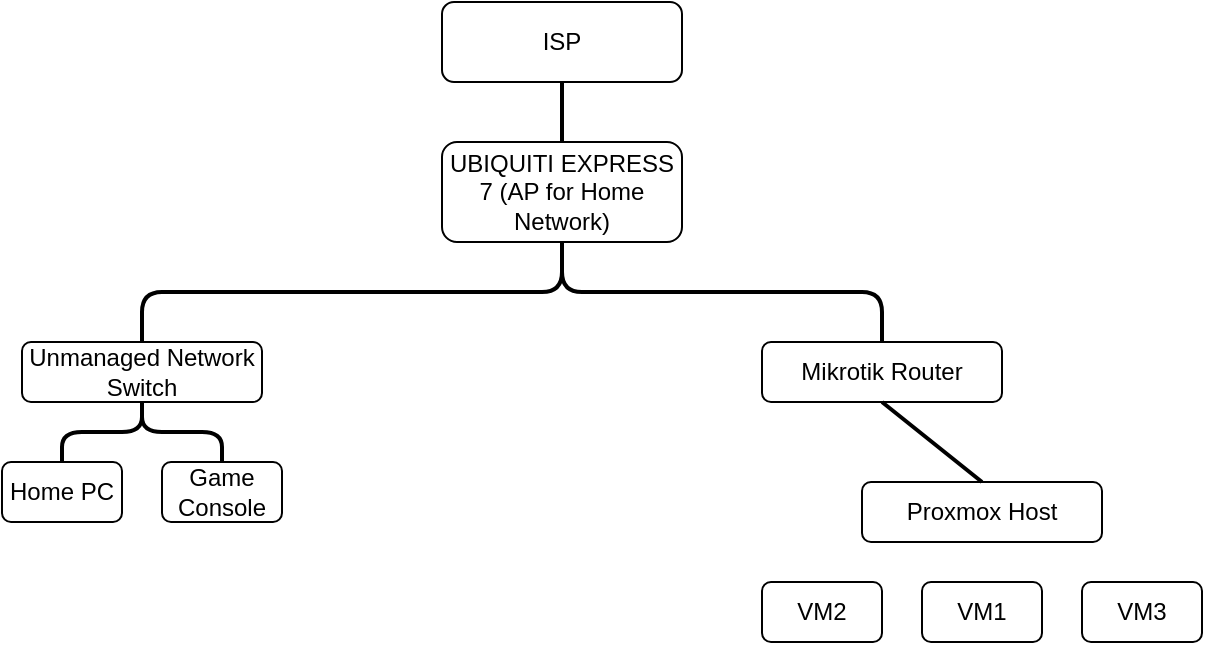
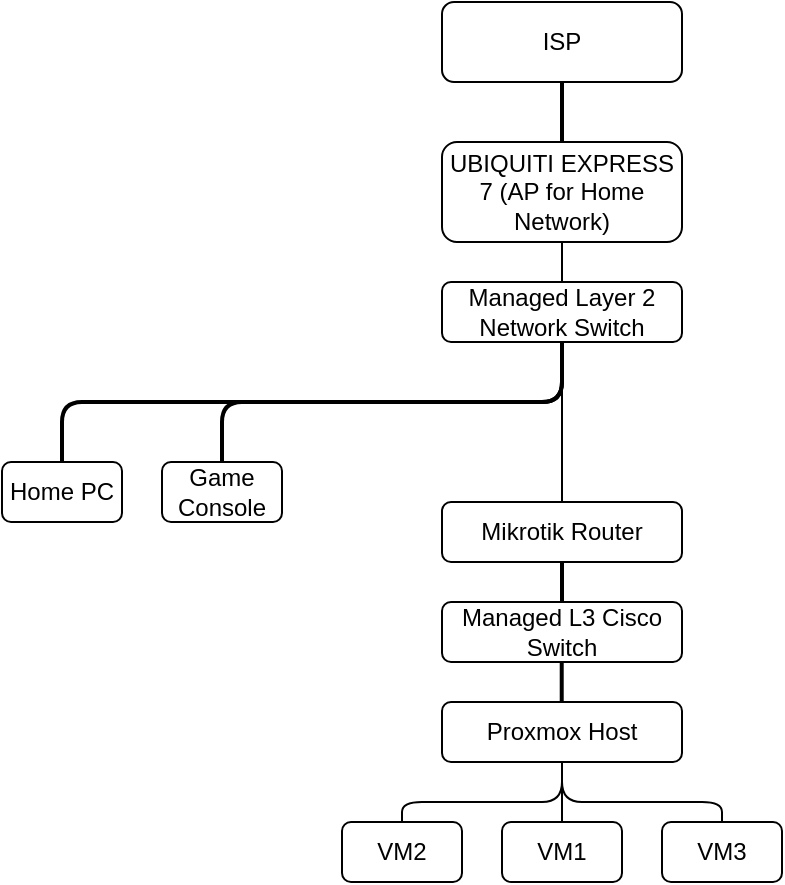
<mxfile host="Electron">
  <diagram name="Page-1" id="atDq6Gn8EgpOIrCHFkfa">
    <mxGraphModel dx="808" dy="481" grid="1" gridSize="10" guides="1" tooltips="1" connect="1" arrows="1" fold="1" page="1" pageScale="1" pageWidth="850" pageHeight="1100" background="light-dark(#FFFFFF,transparent)" math="0" shadow="0">
      <root>
        <mxCell id="0" />
        <mxCell id="1" parent="0" />
        <mxCell id="hQF2juVCHY57e9Q5P0-U-1" parent="1" style="rounded=1;whiteSpace=wrap;html=1;labelBackgroundColor=none;" value="ISP" vertex="1">
          <mxGeometry height="40" width="120" x="340" y="190" as="geometry" />
        </mxCell>
+         <mxCell id="hQF2juVCHY57e9Q5P0-U-37" edge="1" parent="1" source="hQF2juVCHY57e9Q5P0-U-2" style="edgeStyle=orthogonalEdgeStyle;shape=connector;rounded=1;orthogonalLoop=1;jettySize=auto;html=1;entryX=0.5;entryY=0;entryDx=0;entryDy=0;strokeColor=default;align=center;verticalAlign=middle;fontFamily=Helvetica;fontSize=11;fontColor=default;labelBackgroundColor=default;endArrow=none;endFill=0;" target="hQF2juVCHY57e9Q5P0-U-6">
+           <mxGeometry relative="1" as="geometry" />
+         </mxCell>
        <mxCell id="hQF2juVCHY57e9Q5P0-U-2" parent="1" style="rounded=1;whiteSpace=wrap;html=1;labelBackgroundColor=none;" value="UBIQUITI EXPRESS 7 (AP for Home Network)" vertex="1">
          <mxGeometry height="50" width="120" x="340" y="260" as="geometry" />
        </mxCell>
        <mxCell id="hQF2juVCHY57e9Q5P0-U-3" parent="1" style="rounded=1;whiteSpace=wrap;html=1;labelBackgroundColor=none;" value="Mikrotik Router" vertex="1">
-           <mxGeometry height="30" width="120" x="500" y="360" as="geometry" />
+           <mxGeometry height="30" width="120" x="340" y="440" as="geometry" />
        </mxCell>
        <mxCell id="hQF2juVCHY57e9Q5P0-U-4" edge="1" parent="1" source="hQF2juVCHY57e9Q5P0-U-2" style="endArrow=none;html=1;rounded=1;entryX=0.5;entryY=1;entryDx=0;entryDy=0;exitX=0.5;exitY=0;exitDx=0;exitDy=0;strokeWidth=2;labelBackgroundColor=none;fontColor=default;" target="hQF2juVCHY57e9Q5P0-U-1" value="">
          <mxGeometry height="50" relative="1" width="50" as="geometry">
            <mxPoint x="690" y="460" as="sourcePoint" />
            <mxPoint x="740" y="410" as="targetPoint" />
          </mxGeometry>
        </mxCell>
-         <mxCell id="hQF2juVCHY57e9Q5P0-U-6" parent="1" style="rounded=1;whiteSpace=wrap;html=1;labelBackgroundColor=none;" value="Unmanaged Network Switch" vertex="1">
-           <mxGeometry height="30" width="120" x="130" y="360" as="geometry" />
+         <mxCell id="hQF2juVCHY57e9Q5P0-U-38" edge="1" parent="1" source="hQF2juVCHY57e9Q5P0-U-6" style="edgeStyle=orthogonalEdgeStyle;shape=connector;rounded=1;orthogonalLoop=1;jettySize=auto;html=1;entryX=0.5;entryY=0;entryDx=0;entryDy=0;strokeColor=default;align=center;verticalAlign=middle;fontFamily=Helvetica;fontSize=11;fontColor=default;labelBackgroundColor=default;endArrow=none;endFill=0;" target="hQF2juVCHY57e9Q5P0-U-3">
+           <mxGeometry relative="1" as="geometry" />
+         </mxCell>
+         <mxCell id="hQF2juVCHY57e9Q5P0-U-6" parent="1" style="rounded=1;whiteSpace=wrap;html=1;labelBackgroundColor=none;" value="Managed Layer 2 Network Switch" vertex="1">
+           <mxGeometry height="30" width="120" x="340" y="330" as="geometry" />
+         </mxCell>
+         <mxCell id="hQF2juVCHY57e9Q5P0-U-32" edge="1" parent="1" source="hQF2juVCHY57e9Q5P0-U-7" style="edgeStyle=orthogonalEdgeStyle;rounded=1;orthogonalLoop=1;jettySize=auto;html=1;entryX=0.5;entryY=0;entryDx=0;entryDy=0;endArrow=none;endFill=0;" target="hQF2juVCHY57e9Q5P0-U-21">
+           <mxGeometry relative="1" as="geometry" />
+         </mxCell>
+         <mxCell id="hQF2juVCHY57e9Q5P0-U-33" edge="1" parent="1" source="hQF2juVCHY57e9Q5P0-U-7" style="edgeStyle=orthogonalEdgeStyle;rounded=1;orthogonalLoop=1;jettySize=auto;html=1;entryX=0.5;entryY=0;entryDx=0;entryDy=0;endArrow=none;endFill=0;" target="hQF2juVCHY57e9Q5P0-U-22">
+           <mxGeometry relative="1" as="geometry" />
        </mxCell>
        <mxCell id="hQF2juVCHY57e9Q5P0-U-7" parent="1" style="rounded=1;whiteSpace=wrap;html=1;labelBackgroundColor=none;" value="Proxmox Host" vertex="1">
-           <mxGeometry height="30" width="120" x="550" y="430" as="geometry" />
+           <mxGeometry height="30" width="120" x="340" y="540" as="geometry" />
        </mxCell>
-         <mxCell id="hQF2juVCHY57e9Q5P0-U-8" edge="1" parent="1" source="hQF2juVCHY57e9Q5P0-U-7" style="endArrow=none;html=1;rounded=1;entryX=0.5;entryY=1;entryDx=0;entryDy=0;exitX=0.5;exitY=0;exitDx=0;exitDy=0;strokeWidth=2;labelBackgroundColor=none;fontColor=default;" target="hQF2juVCHY57e9Q5P0-U-3" value="">
+         <mxCell id="hQF2juVCHY57e9Q5P0-U-8" edge="1" parent="1" source="hQF2juVCHY57e9Q5P0-U-26" style="endArrow=none;html=1;rounded=1;entryX=0.5;entryY=1;entryDx=0;entryDy=0;strokeWidth=2;labelBackgroundColor=none;fontColor=default;exitX=0.5;exitY=0;exitDx=0;exitDy=0;" target="hQF2juVCHY57e9Q5P0-U-3" value="">
          <mxGeometry height="50" relative="1" width="50" as="geometry">
-             <mxPoint x="690" y="460" as="sourcePoint" />
-             <mxPoint x="740" y="410" as="targetPoint" />
-           </mxGeometry>
-         </mxCell>
-         <mxCell id="hQF2juVCHY57e9Q5P0-U-12" edge="1" parent="1" source="hQF2juVCHY57e9Q5P0-U-3" style="endArrow=none;html=1;rounded=1;entryX=0.5;entryY=1;entryDx=0;entryDy=0;exitX=0.5;exitY=0;exitDx=0;exitDy=0;strokeWidth=2;elbow=vertical;startArrow=none;startFill=0;labelBackgroundColor=none;fontColor=default;edgeStyle=orthogonalEdgeStyle;curved=0;" target="hQF2juVCHY57e9Q5P0-U-2" value="">
-           <mxGeometry height="50" relative="1" width="50" as="geometry">
-             <mxPoint x="690" y="460" as="sourcePoint" />
-             <mxPoint x="740" y="410" as="targetPoint" />
-           </mxGeometry>
-         </mxCell>
-         <mxCell id="hQF2juVCHY57e9Q5P0-U-13" edge="1" parent="1" source="hQF2juVCHY57e9Q5P0-U-6" style="endArrow=none;html=1;rounded=1;entryX=0.5;entryY=1;entryDx=0;entryDy=0;exitX=0.5;exitY=0;exitDx=0;exitDy=0;edgeStyle=orthogonalEdgeStyle;curved=0;strokeWidth=2;labelBackgroundColor=none;fontColor=default;" target="hQF2juVCHY57e9Q5P0-U-2" value="">
-           <mxGeometry height="50" relative="1" width="50" as="geometry">
-             <mxPoint x="690" y="460" as="sourcePoint" />
-             <mxPoint x="740" y="410" as="targetPoint" />
+             <mxPoint x="400" y="500" as="sourcePoint" />
+             <mxPoint x="580" y="490" as="targetPoint" />
          </mxGeometry>
        </mxCell>
        <mxCell id="hQF2juVCHY57e9Q5P0-U-14" parent="1" style="rounded=1;whiteSpace=wrap;html=1;labelBackgroundColor=none;" value="Home PC" vertex="1">
          <mxGeometry height="30" width="60" x="120" y="420" as="geometry" />
        </mxCell>
        <mxCell id="hQF2juVCHY57e9Q5P0-U-16" edge="1" parent="1" source="hQF2juVCHY57e9Q5P0-U-14" style="endArrow=none;html=1;rounded=1;entryX=0.5;entryY=1;entryDx=0;entryDy=0;edgeStyle=orthogonalEdgeStyle;curved=0;strokeWidth=2;labelBackgroundColor=none;fontColor=default;exitX=0.5;exitY=0;exitDx=0;exitDy=0;" target="hQF2juVCHY57e9Q5P0-U-6" value="">
          <mxGeometry height="50" relative="1" width="50" as="geometry">
            <mxPoint x="190" y="420" as="sourcePoint" />
            <mxPoint x="530" y="480" as="targetPoint" />
          </mxGeometry>
        </mxCell>
        <mxCell id="hQF2juVCHY57e9Q5P0-U-17" parent="1" style="rounded=1;whiteSpace=wrap;html=1;labelBackgroundColor=none;" value="Game Console" vertex="1">
          <mxGeometry height="30" width="60" x="200" y="420" as="geometry" />
        </mxCell>
        <mxCell id="hQF2juVCHY57e9Q5P0-U-19" edge="1" parent="1" source="hQF2juVCHY57e9Q5P0-U-17" style="endArrow=none;html=1;rounded=1;entryX=0.5;entryY=1;entryDx=0;entryDy=0;edgeStyle=orthogonalEdgeStyle;curved=0;strokeWidth=2;labelBackgroundColor=none;fontColor=default;exitX=0.5;exitY=0;exitDx=0;exitDy=0;" target="hQF2juVCHY57e9Q5P0-U-6" value="">
          <mxGeometry height="50" relative="1" width="50" as="geometry">
            <mxPoint x="220" y="430" as="sourcePoint" />
            <mxPoint x="260" y="400" as="targetPoint" />
          </mxGeometry>
        </mxCell>
        <mxCell id="hQF2juVCHY57e9Q5P0-U-20" parent="1" style="rounded=1;whiteSpace=wrap;html=1;labelBackgroundColor=none;" value="VM1" vertex="1">
-           <mxGeometry height="30" width="60" x="580" y="480" as="geometry" />
+           <mxGeometry height="30" width="60" x="370" y="600" as="geometry" />
        </mxCell>
        <mxCell id="hQF2juVCHY57e9Q5P0-U-21" parent="1" style="rounded=1;whiteSpace=wrap;html=1;labelBackgroundColor=none;" value="VM2" vertex="1">
-           <mxGeometry height="30" width="60" x="500" y="480" as="geometry" />
+           <mxGeometry height="30" width="60" x="290" y="600" as="geometry" />
        </mxCell>
        <mxCell id="hQF2juVCHY57e9Q5P0-U-22" parent="1" style="rounded=1;whiteSpace=wrap;html=1;labelBackgroundColor=none;" value="VM3" vertex="1">
-           <mxGeometry height="30" width="60" x="660" y="480" as="geometry" />
+           <mxGeometry height="30" width="60" x="450" y="600" as="geometry" />
+         </mxCell>
+         <mxCell id="hQF2juVCHY57e9Q5P0-U-26" parent="1" style="rounded=1;whiteSpace=wrap;html=1;labelBackgroundColor=none;" value="Managed L3 Cisco Switch" vertex="1">
+           <mxGeometry height="30" width="120" x="340" y="490" as="geometry" />
+         </mxCell>
+         <mxCell id="hQF2juVCHY57e9Q5P0-U-28" edge="1" parent="1" style="endArrow=none;html=1;rounded=1;entryX=0.5;entryY=1;entryDx=0;entryDy=0;strokeWidth=2;labelBackgroundColor=none;fontColor=default;exitX=0.5;exitY=0;exitDx=0;exitDy=0;" value="">
+           <mxGeometry height="50" relative="1" width="50" as="geometry">
+             <mxPoint x="399.86" y="540" as="sourcePoint" />
+             <mxPoint x="399.86" y="520" as="targetPoint" />
+           </mxGeometry>
+         </mxCell>
+         <mxCell id="hQF2juVCHY57e9Q5P0-U-29" edge="1" parent="1" source="hQF2juVCHY57e9Q5P0-U-20" style="endArrow=none;html=1;rounded=1;entryX=0.5;entryY=1;entryDx=0;entryDy=0;exitX=0.5;exitY=0;exitDx=0;exitDy=0;" target="hQF2juVCHY57e9Q5P0-U-7" value="">
+           <mxGeometry height="50" relative="1" width="50" as="geometry">
+             <mxPoint x="300" y="560" as="sourcePoint" />
+             <mxPoint x="350" y="510" as="targetPoint" />
+           </mxGeometry>
        </mxCell>
      </root>
    </mxGraphModel>
  </diagram>
</mxfile>
